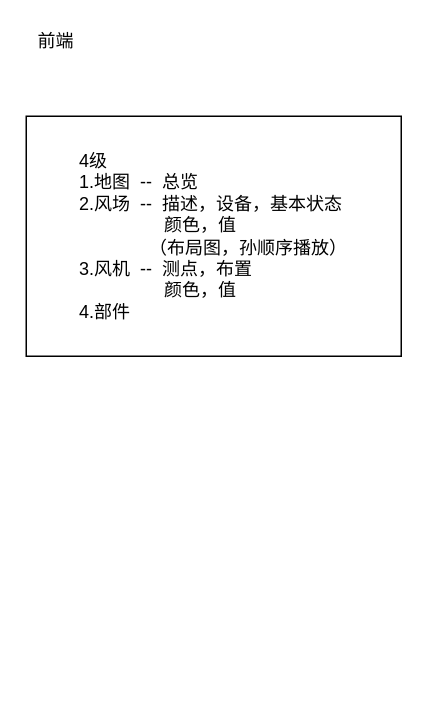
Before: 风电传感器.drawio in 15140252710/OneGithubProject, a draw.io diagram. Source tidied: cells renumbered, new cells numbered last; positions are measured from the earlier drawing's top-left corner, leaving out a move shared by most shapes. Both pictures are drawn from the tidied source at 150%, with x=0, y=0 at pixel (26, 26).
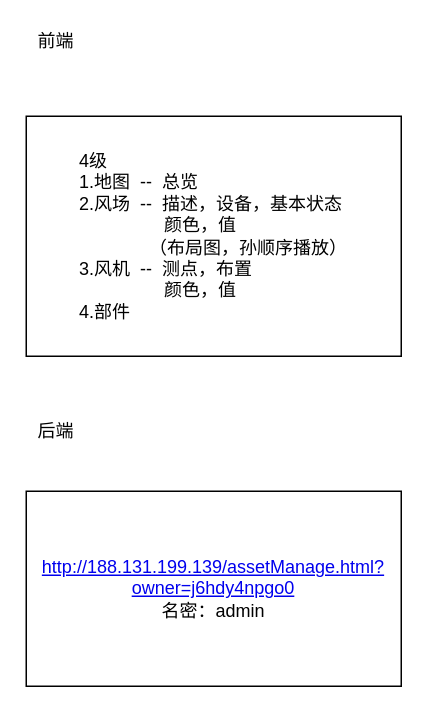
The same page after the edit.

Commit message (it also covers changes not shown here):
更新风电传感器.drawio

The edit, as a diff of the source:
```diff
@@
 <mxGraphModel background="#ffffff">
   <root>
     <mxCell id="0" />
     <mxCell id="1" parent="0" />
     <mxCell id="2" value="前端" style="text;html=1;strokeColor=none;fillColor=none;align=center;verticalAlign=middle;whiteSpace=wrap;rounded=0;" parent="1" vertex="1">
       <mxGeometry width="40" height="20" as="geometry" />
     </mxCell>
     <mxCell id="3" value="&lt;div style=&quot;text-align: left&quot;&gt;&lt;span&gt;4级&lt;/span&gt;&lt;/div&gt;&lt;div style=&quot;text-align: left&quot;&gt;&lt;span&gt;1.地图&amp;nbsp; --&amp;nbsp; 总览&lt;/span&gt;&lt;/div&gt;&lt;div style=&quot;text-align: left&quot;&gt;&lt;span&gt;2.风场&amp;nbsp; --&amp;nbsp; 描述，设备，基本状态&lt;/span&gt;&lt;/div&gt;&lt;div style=&quot;text-align: left&quot;&gt;&lt;span&gt;&amp;nbsp; &amp;nbsp; &amp;nbsp; &amp;nbsp; &amp;nbsp; &amp;nbsp; &amp;nbsp; &amp;nbsp; &amp;nbsp;颜色，值&lt;/span&gt;&lt;/div&gt;&lt;div style=&quot;text-align: left&quot;&gt;&lt;span&gt;&amp;nbsp; &amp;nbsp; &amp;nbsp; &amp;nbsp; &amp;nbsp; &amp;nbsp; &amp;nbsp; （布局图，孙顺序播放）&lt;/span&gt;&lt;/div&gt;&lt;div style=&quot;text-align: left&quot;&gt;&lt;span&gt;3.风机&amp;nbsp; --&amp;nbsp; 测点，布置&lt;/span&gt;&lt;/div&gt;&lt;div style=&quot;text-align: left&quot;&gt;&lt;span&gt;&amp;nbsp; &amp;nbsp; &amp;nbsp; &amp;nbsp; &amp;nbsp; &amp;nbsp; &amp;nbsp; &amp;nbsp; &amp;nbsp;颜色，值&lt;/span&gt;&lt;/div&gt;&lt;div style=&quot;text-align: left&quot;&gt;&lt;span&gt;4.部件&lt;/span&gt;&lt;/div&gt;" style="rounded=0;whiteSpace=wrap;html=1;" parent="1" vertex="1">
       <mxGeometry y="60" width="250" height="160" as="geometry" />
     </mxCell>
+    <mxCell id="4" value="后端" style="text;html=1;strokeColor=none;fillColor=none;align=center;verticalAlign=middle;whiteSpace=wrap;rounded=0;" parent="1" vertex="1">
+      <mxGeometry y="260" width="40" height="20" as="geometry" />
+    </mxCell>
+    <mxCell id="5" value="&lt;a href=&quot;http://188.131.199.139/assetManage.html?owner=j6hdy4npgo0&quot;&gt;http://188.131.199.139/assetManage.html?owner=j6hdy4npgo0&lt;/a&gt;&lt;br&gt;名密：admin&lt;br&gt;" style="rounded=0;whiteSpace=wrap;html=1;" parent="1" vertex="1">
+      <mxGeometry y="310" width="250" height="130" as="geometry" />
+    </mxCell>
   </root>
 </mxGraphModel>
```
